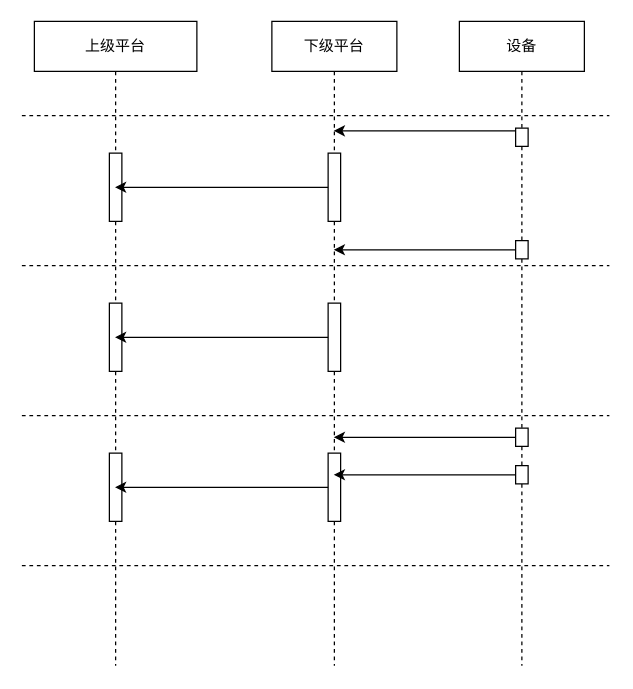
The draw.io diagram page "Page-1" (1 of 5) of 染色平台.drawio in liubocoder/diagrams, before the edit. Source tidied: cells renumbered, new cells numbered last; positions are measured from the earlier drawing's top-left corner, leaving out a move shared by most shapes. Both pictures are drawn from the tidied source at 125%, with x=0, y=0 at pixel (21, 21).
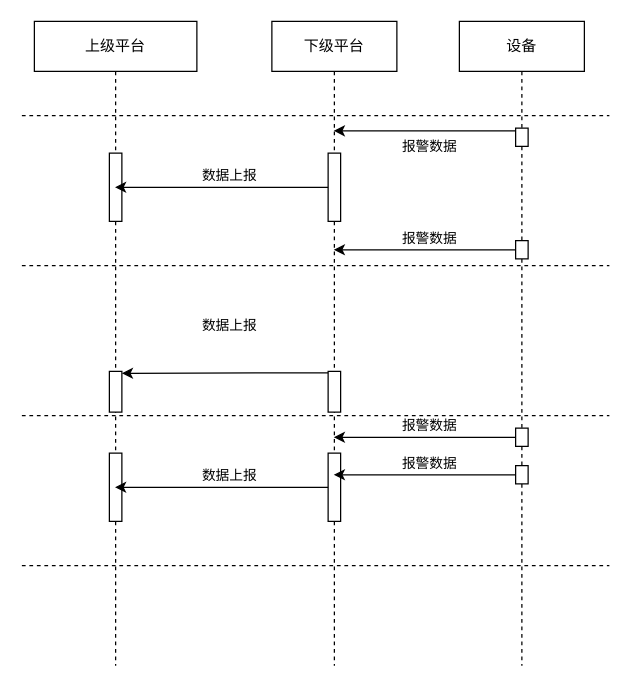
Above is the later version.

The change refers to these unchanged cells:
```xml
<mxCell id="2" value="上级平台" style="shape=umlLifeline;perimeter=lifelinePerimeter;whiteSpace=wrap;html=1;outlineConnect=0;" parent="1" vertex="1">
  <mxGeometry x="10" y="-0.4" width="130" height="515.4" as="geometry" />
</mxCell>
<mxCell id="6" value="下级平台" style="shape=umlLifeline;perimeter=lifelinePerimeter;whiteSpace=wrap;html=1;outlineConnect=0;" parent="1" vertex="1">
  <mxGeometry x="200" y="-0.4" width="100" height="515.4" as="geometry" />
</mxCell>
<mxCell id="16" style="edgeStyle=none;rounded=0;jettySize=auto;html=1;exitX=0;exitY=0.15;exitDx=0;exitDy=0;exitPerimeter=0;" parent="1" edge="1" source="12" target="6">
  <mxGeometry relative="1" as="geometry" />
</mxCell>
<mxCell id="21" style="edgeStyle=none;rounded=0;jettySize=auto;html=1;" parent="1" edge="1" source="7" target="2">
  <mxGeometry relative="1" as="geometry" />
</mxCell>
```

Diff of the diagram source:
```diff
@@
     <mxCell id="4" style="html=1;points=[];perimeter=orthogonalPerimeter;" parent="2" vertex="1">
-      <mxGeometry x="60" y="225.4" width="10" height="54.6" as="geometry" />
+      <mxGeometry x="60" y="280" width="10" height="32.6" as="geometry" />
     </mxCell>
@@
     <mxCell id="8" style="html=1;points=[];perimeter=orthogonalPerimeter;" parent="6" vertex="1">
-      <mxGeometry x="45" y="225.4" width="10" height="54.6" as="geometry" />
+      <mxGeometry x="45" y="280" width="10" height="32.6" as="geometry" />
     </mxCell>
@@
+    <mxCell id="26" value="报警数据" style="edgeLabel;html=1;align=center;verticalAlign=middle;" parent="16" vertex="1">
+      <mxGeometry x="-0.41" y="2" relative="1" as="geometry">
+        <mxPoint x="-27" y="10" as="offset" />
+      </mxGeometry>
+    </mxCell>
@@
-    <mxCell id="20" style="edgeStyle=none;rounded=0;jettySize=auto;html=1;" parent="1" edge="1" source="8" target="2">
+    <mxCell id="20" style="edgeStyle=none;rounded=0;jettySize=auto;html=1;entryX=0.997;entryY=0.047;entryDx=0;entryDy=0;entryPerimeter=0;exitX=0;exitY=0.035;exitDx=0;exitDy=0;exitPerimeter=0;" parent="1" edge="1" source="8" target="4">
       <mxGeometry relative="1" as="geometry" />
     </mxCell>
@@
+    <mxCell id="27" value="数据上报" style="edgeLabel;html=1;align=center;verticalAlign=middle;" parent="21" vertex="1">
+      <mxGeometry x="-0.42" y="-1" relative="1" as="geometry">
+        <mxPoint x="-31" y="-9" as="offset" />
+      </mxGeometry>
+    </mxCell>
@@
+    <mxCell id="28" value="数据上报" style="edgeLabel;html=1;align=center;verticalAlign=middle;" parent="1" vertex="1">
+      <mxGeometry x="165" y="362.6" as="geometry" />
+    </mxCell>
+    <mxCell id="29" value="数据上报" style="edgeLabel;html=1;align=center;verticalAlign=middle;" parent="1" vertex="1">
+      <mxGeometry x="165" y="242.6" as="geometry" />
+    </mxCell>
+    <mxCell id="30" value="报警数据" style="edgeLabel;html=1;align=center;verticalAlign=middle;" parent="1" vertex="1">
+      <mxGeometry x="325" y="172.6" as="geometry" />
+    </mxCell>
+    <mxCell id="31" value="报警数据" style="edgeLabel;html=1;align=center;verticalAlign=middle;" parent="1" vertex="1">
+      <mxGeometry x="325" y="322.6" as="geometry" />
+    </mxCell>
+    <mxCell id="32" value="报警数据" style="edgeLabel;html=1;align=center;verticalAlign=middle;" parent="1" vertex="1">
+      <mxGeometry x="325" y="352.6" as="geometry" />
+    </mxCell>
```
